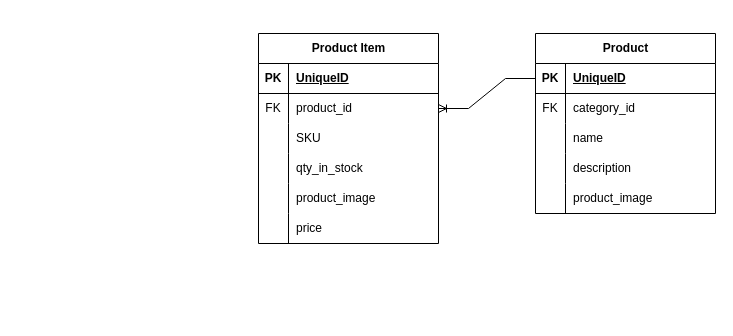
The draw.io diagram eCommerce.drawio in Mirasaki/database-erds, before the edit. Source tidied: cells renumbered, new cells numbered last; positions are measured from the earlier drawing's top-left corner, leaving out a move shared by most shapes. Both pictures are drawn from the tidied source at 100%, with x=0, y=0 at pixel (258, 33).
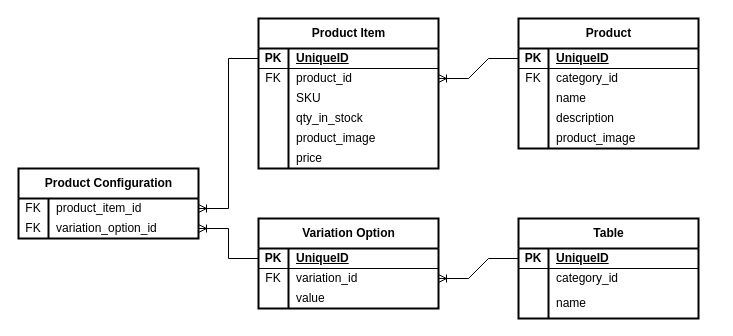
The same page after the edit.

Change to the diagram source:
```diff
@@
-    <mxCell id="2" value="Product" style="shape=table;startSize=30;childLayout=tableLayout;rowLines=0;fontStyle=1;align=center;html=1;" parent="1" vertex="1">
-      <mxGeometry x="277" width="180" height="180" as="geometry" />
+    <mxCell id="2" value="Product" style="shape=table;startSize=30;childLayout=tableLayout;rowLines=0;fontStyle=1;align=center;html=1;flipH=1;flipV=0;strokeWidth=2;" parent="1" vertex="1">
+      <mxGeometry x="260" y="-15" width="180" height="130" as="geometry" />
     </mxCell>
-    <mxCell id="3" style="shape=tableRow;horizontal=0;startSize=0;swimlaneHead=0;swimlaneBody=0;fillColor=none;points=[[0,0.5],[1,0.5]];portConstraint=eastwest;top=0;left=0;right=0;bottom=1;" parent="2" vertex="1">
-      <mxGeometry y="30" width="180" height="30" as="geometry" />
+    <mxCell id="3" style="shape=tableRow;horizontal=0;startSize=0;swimlaneHead=0;swimlaneBody=0;fillColor=none;points=[[0,0.5],[1,0.5]];portConstraint=eastwest;top=0;left=0;right=0;bottom=1;strokeColor=inherit;" parent="2" vertex="1">
+      <mxGeometry y="30" width="180" height="20" as="geometry" />
     </mxCell>
     <mxCell id="4" value="PK" style="shape=partialRectangle;fillColor=none;top=0;left=0;bottom=0;right=0;fontStyle=1;overflow=hidden;whiteSpace=wrap;html=1;" parent="3" vertex="1">
-      <mxGeometry width="30" height="30" as="geometry" />
+      <mxGeometry width="30" height="20" as="geometry" />
     </mxCell>
     <mxCell id="5" value="UniqueID" style="shape=partialRectangle;fillColor=none;top=0;left=0;bottom=0;right=0;align=left;spacingLeft=6;fontStyle=5;overflow=hidden;whiteSpace=wrap;html=1;" parent="3" vertex="1">
-      <mxGeometry x="30" width="150" height="30" as="geometry" />
+      <mxGeometry x="30" width="150" height="20" as="geometry" />
     </mxCell>
     <mxCell id="6" style="shape=tableRow;horizontal=0;startSize=0;swimlaneHead=0;swimlaneBody=0;fillColor=none;top=0;left=0;right=0;bottom=0;" parent="2" vertex="1">
-      <mxGeometry y="60" width="180" height="30" as="geometry" />
+      <mxGeometry y="50" width="180" height="20" as="geometry" />
     </mxCell>
     <mxCell id="7" value="FK" style="shape=partialRectangle;fillColor=none;top=0;left=0;bottom=0;right=0;overflow=hidden;whiteSpace=wrap;html=1;" parent="6" vertex="1">
-      <mxGeometry width="30" height="30" as="geometry" />
+      <mxGeometry width="30" height="20" as="geometry" />
     </mxCell>
     <mxCell id="8" value="category_id" style="shape=partialRectangle;fillColor=none;top=0;left=0;bottom=0;right=0;align=left;spacingLeft=6;overflow=hidden;whiteSpace=wrap;html=1;" parent="6" vertex="1">
-      <mxGeometry x="30" width="150" height="30" as="geometry" />
+      <mxGeometry x="30" width="150" height="20" as="geometry" />
     </mxCell>
     <mxCell id="9" style="shape=tableRow;horizontal=0;startSize=0;swimlaneHead=0;swimlaneBody=0;fillColor=none;top=0;left=0;right=0;bottom=0;" parent="2" vertex="1">
-      <mxGeometry y="90" width="180" height="30" as="geometry" />
+      <mxGeometry y="70" width="180" height="20" as="geometry" />
     </mxCell>
     <mxCell id="10" style="shape=partialRectangle;fillColor=none;top=0;left=0;bottom=0;right=0;overflow=hidden;whiteSpace=wrap;html=1;" parent="9" vertex="1">
-      <mxGeometry width="30" height="30" as="geometry" />
+      <mxGeometry width="30" height="20" as="geometry" />
     </mxCell>
     <mxCell id="11" value="name&lt;span style=&quot;white-space: pre;&quot;&gt;&#9;&lt;/span&gt;&lt;span style=&quot;white-space: pre;&quot;&gt;&#9;&lt;/span&gt;&lt;span style=&quot;white-space: pre;&quot;&gt;&#9;&lt;/span&gt;" style="shape=partialRectangle;fillColor=none;top=0;left=0;bottom=0;right=0;align=left;spacingLeft=6;overflow=hidden;whiteSpace=wrap;html=1;" parent="9" vertex="1">
-      <mxGeometry x="30" width="150" height="30" as="geometry" />
+      <mxGeometry x="30" width="150" height="20" as="geometry" />
     </mxCell>
     <mxCell id="12" style="shape=tableRow;horizontal=0;startSize=0;swimlaneHead=0;swimlaneBody=0;fillColor=none;top=0;left=0;right=0;bottom=0;" parent="2" vertex="1">
-      <mxGeometry y="120" width="180" height="30" as="geometry" />
+      <mxGeometry y="90" width="180" height="20" as="geometry" />
     </mxCell>
     <mxCell id="13" style="shape=partialRectangle;fillColor=none;top=0;left=0;bottom=0;right=0;overflow=hidden;whiteSpace=wrap;html=1;" parent="12" vertex="1">
-      <mxGeometry width="30" height="30" as="geometry" />
+      <mxGeometry width="30" height="20" as="geometry" />
     </mxCell>
     <mxCell id="14" value="description" style="shape=partialRectangle;fillColor=none;top=0;left=0;bottom=0;right=0;align=left;spacingLeft=6;overflow=hidden;whiteSpace=wrap;html=1;" parent="12" vertex="1">
-      <mxGeometry x="30" width="150" height="30" as="geometry" />
+      <mxGeometry x="30" width="150" height="20" as="geometry" />
     </mxCell>
     <mxCell id="15" style="shape=tableRow;horizontal=0;startSize=0;swimlaneHead=0;swimlaneBody=0;fillColor=none;top=0;left=0;right=0;bottom=0;" parent="2" vertex="1">
-      <mxGeometry y="150" width="180" height="30" as="geometry" />
+      <mxGeometry y="110" width="180" height="20" as="geometry" />
     </mxCell>
     <mxCell id="16" style="shape=partialRectangle;fillColor=none;top=0;left=0;bottom=0;right=0;overflow=hidden;whiteSpace=wrap;html=1;" parent="15" vertex="1">
-      <mxGeometry width="30" height="30" as="geometry" />
+      <mxGeometry width="30" height="20" as="geometry" />
     </mxCell>
     <mxCell id="17" value="product_image" style="shape=partialRectangle;fillColor=none;top=0;left=0;bottom=0;right=0;align=left;spacingLeft=6;overflow=hidden;whiteSpace=wrap;html=1;" parent="15" vertex="1">
-      <mxGeometry x="30" width="150" height="30" as="geometry" />
+      <mxGeometry x="30" width="150" height="20" as="geometry" />
     </mxCell>
-    <mxCell id="18" value="Product Item" style="shape=table;startSize=30;childLayout=tableLayout;rowLines=0;fontStyle=1;align=center;html=1;" parent="1" vertex="1">
-      <mxGeometry width="180" height="210" as="geometry" />
+    <mxCell id="18" value="Product Item" style="shape=table;startSize=30;childLayout=tableLayout;rowLines=0;fontStyle=1;align=center;html=1;flipH=1;flipV=0;strokeWidth=2;" parent="1" vertex="1">
+      <mxGeometry y="-15" width="180" height="150" as="geometry" />
     </mxCell>
     <mxCell id="19" style="shape=tableRow;horizontal=0;startSize=0;swimlaneHead=0;swimlaneBody=0;fillColor=none;points=[[0,0.5],[1,0.5]];portConstraint=eastwest;top=0;left=0;right=0;bottom=1;" parent="18" vertex="1">
-      <mxGeometry y="30" width="180" height="30" as="geometry" />
+      <mxGeometry y="30" width="180" height="20" as="geometry" />
     </mxCell>
     <mxCell id="20" value="PK" style="shape=partialRectangle;fillColor=none;top=0;left=0;bottom=0;right=0;fontStyle=1;overflow=hidden;whiteSpace=wrap;html=1;" parent="19" vertex="1">
-      <mxGeometry width="30" height="30" as="geometry" />
+      <mxGeometry width="30" height="20" as="geometry" />
     </mxCell>
     <mxCell id="21" value="UniqueID" style="shape=partialRectangle;fillColor=none;top=0;left=0;bottom=0;right=0;align=left;spacingLeft=6;fontStyle=5;overflow=hidden;whiteSpace=wrap;html=1;" parent="19" vertex="1">
-      <mxGeometry x="30" width="150" height="30" as="geometry" />
+      <mxGeometry x="30" width="150" height="20" as="geometry" />
     </mxCell>
     <mxCell id="22" style="shape=tableRow;horizontal=0;startSize=0;swimlaneHead=0;swimlaneBody=0;fillColor=none;points=[[0,0.5],[1,0.5]];portConstraint=eastwest;top=0;left=0;right=0;bottom=0;" parent="18" vertex="1">
-      <mxGeometry y="60" width="180" height="30" as="geometry" />
+      <mxGeometry y="50" width="180" height="20" as="geometry" />
     </mxCell>
     <mxCell id="23" value="FK" style="shape=partialRectangle;fillColor=none;top=0;left=0;bottom=0;right=0;overflow=hidden;whiteSpace=wrap;html=1;" parent="22" vertex="1">
-      <mxGeometry width="30" height="30" as="geometry" />
+      <mxGeometry width="30" height="20" as="geometry" />
     </mxCell>
     <mxCell id="24" value="product_id" style="shape=partialRectangle;fillColor=none;top=0;left=0;bottom=0;right=0;align=left;spacingLeft=6;overflow=hidden;whiteSpace=wrap;html=1;" parent="22" vertex="1">
-      <mxGeometry x="30" width="150" height="30" as="geometry" />
+      <mxGeometry x="30" width="150" height="20" as="geometry" />
     </mxCell>
     <mxCell id="25" style="shape=tableRow;horizontal=0;startSize=0;swimlaneHead=0;swimlaneBody=0;fillColor=none;top=0;left=0;right=0;bottom=0;" parent="18" vertex="1">
-      <mxGeometry y="90" width="180" height="30" as="geometry" />
+      <mxGeometry y="70" width="180" height="20" as="geometry" />
     </mxCell>
     <mxCell id="26" style="shape=partialRectangle;fillColor=none;top=0;left=0;bottom=0;right=0;overflow=hidden;whiteSpace=wrap;html=1;" parent="25" vertex="1">
-      <mxGeometry width="30" height="30" as="geometry" />
+      <mxGeometry width="30" height="20" as="geometry" />
     </mxCell>
     <mxCell id="27" value="SKU" style="shape=partialRectangle;fillColor=none;top=0;left=0;bottom=0;right=0;align=left;spacingLeft=6;overflow=hidden;whiteSpace=wrap;html=1;" parent="25" vertex="1">
-      <mxGeometry x="30" width="150" height="30" as="geometry" />
+      <mxGeometry x="30" width="150" height="20" as="geometry" />
     </mxCell>
     <mxCell id="28" style="shape=tableRow;horizontal=0;startSize=0;swimlaneHead=0;swimlaneBody=0;fillColor=none;top=0;left=0;right=0;bottom=0;" parent="18" vertex="1">
-      <mxGeometry y="120" width="180" height="30" as="geometry" />
+      <mxGeometry y="90" width="180" height="20" as="geometry" />
     </mxCell>
     <mxCell id="29" style="shape=partialRectangle;fillColor=none;top=0;left=0;bottom=0;right=0;overflow=hidden;whiteSpace=wrap;html=1;" parent="28" vertex="1">
-      <mxGeometry width="30" height="30" as="geometry" />
+      <mxGeometry width="30" height="20" as="geometry" />
     </mxCell>
     <mxCell id="30" value="qty_in_stock" style="shape=partialRectangle;fillColor=none;top=0;left=0;bottom=0;right=0;align=left;spacingLeft=6;overflow=hidden;whiteSpace=wrap;html=1;" parent="28" vertex="1">
-      <mxGeometry x="30" width="150" height="30" as="geometry" />
+      <mxGeometry x="30" width="150" height="20" as="geometry" />
     </mxCell>
     <mxCell id="31" style="shape=tableRow;horizontal=0;startSize=0;swimlaneHead=0;swimlaneBody=0;fillColor=none;top=0;left=0;right=0;bottom=0;" parent="18" vertex="1">
-      <mxGeometry y="150" width="180" height="30" as="geometry" />
+      <mxGeometry y="110" width="180" height="20" as="geometry" />
     </mxCell>
     <mxCell id="32" style="shape=partialRectangle;fillColor=none;top=0;left=0;bottom=0;right=0;overflow=hidden;whiteSpace=wrap;html=1;" parent="31" vertex="1">
-      <mxGeometry width="30" height="30" as="geometry" />
+      <mxGeometry width="30" height="20" as="geometry" />
     </mxCell>
     <mxCell id="33" value="product_image" style="shape=partialRectangle;fillColor=none;top=0;left=0;bottom=0;right=0;align=left;spacingLeft=6;overflow=hidden;whiteSpace=wrap;html=1;" parent="31" vertex="1">
-      <mxGeometry x="30" width="150" height="30" as="geometry" />
+      <mxGeometry x="30" width="150" height="20" as="geometry" />
     </mxCell>
     <mxCell id="34" style="shape=tableRow;horizontal=0;startSize=0;swimlaneHead=0;swimlaneBody=0;fillColor=none;top=0;left=0;right=0;bottom=0;" parent="18" vertex="1">
-      <mxGeometry y="180" width="180" height="30" as="geometry" />
+      <mxGeometry y="130" width="180" height="20" as="geometry" />
     </mxCell>
     <mxCell id="35" style="shape=partialRectangle;fillColor=none;top=0;left=0;bottom=0;right=0;overflow=hidden;whiteSpace=wrap;html=1;" parent="34" vertex="1">
-      <mxGeometry width="30" height="30" as="geometry" />
+      <mxGeometry width="30" height="20" as="geometry" />
     </mxCell>
     <mxCell id="36" value="price&amp;nbsp;" style="shape=partialRectangle;fillColor=none;top=0;left=0;bottom=0;right=0;align=left;spacingLeft=6;overflow=hidden;whiteSpace=wrap;html=1;" parent="34" vertex="1">
-      <mxGeometry x="30" width="150" height="30" as="geometry" />
+      <mxGeometry x="30" width="150" height="20" as="geometry" />
     </mxCell>
@@
+    <mxCell id="38" value="Product Configuration" style="shape=table;startSize=30;childLayout=tableLayout;rowLines=0;fontStyle=1;align=center;html=1;flipH=1;flipV=0;strokeWidth=2;" parent="1" vertex="1">
+      <mxGeometry x="-240" y="135" width="180" height="70" as="geometry" />
+    </mxCell>
+    <mxCell id="39" style="shape=tableRow;horizontal=0;startSize=0;swimlaneHead=0;swimlaneBody=0;fillColor=none;points=[[0,0.5],[1,0.5]];portConstraint=eastwest;top=0;left=0;right=0;bottom=0;" parent="38" vertex="1">
+      <mxGeometry y="30" width="180" height="20" as="geometry" />
+    </mxCell>
+    <mxCell id="40" value="FK" style="shape=partialRectangle;fillColor=none;top=0;left=0;bottom=0;right=0;overflow=hidden;whiteSpace=wrap;html=1;" parent="39" vertex="1">
+      <mxGeometry width="30" height="20" as="geometry" />
+    </mxCell>
+    <mxCell id="41" value="product_item_id" style="shape=partialRectangle;fillColor=none;top=0;left=0;bottom=0;right=0;align=left;spacingLeft=6;overflow=hidden;whiteSpace=wrap;html=1;" parent="39" vertex="1">
+      <mxGeometry x="30" width="150" height="20" as="geometry" />
+    </mxCell>
+    <mxCell id="42" style="shape=tableRow;horizontal=0;startSize=0;swimlaneHead=0;swimlaneBody=0;fillColor=none;points=[[0,0.5],[1,0.5]];portConstraint=eastwest;top=0;left=0;right=0;bottom=0;" parent="38" vertex="1">
+      <mxGeometry y="50" width="180" height="20" as="geometry" />
+    </mxCell>
+    <mxCell id="43" value="FK" style="shape=partialRectangle;fillColor=none;top=0;left=0;bottom=0;right=0;overflow=hidden;whiteSpace=wrap;html=1;" parent="42" vertex="1">
+      <mxGeometry width="30" height="20" as="geometry" />
+    </mxCell>
+    <mxCell id="44" value="variation_option_id" style="shape=partialRectangle;fillColor=none;top=0;left=0;bottom=0;right=0;align=left;spacingLeft=6;overflow=hidden;whiteSpace=wrap;html=1;" parent="42" vertex="1">
+      <mxGeometry x="30" width="150" height="20" as="geometry" />
+    </mxCell>
+    <mxCell id="45" style="edgeStyle=entityRelationEdgeStyle;fontSize=12;html=1;endArrow=ERoneToMany;rounded=0;exitX=0;exitY=0.5;exitDx=0;exitDy=0;entryX=1;entryY=0.5;entryDx=0;entryDy=0;" parent="1" edge="1" source="19" target="39">
+      <mxGeometry relative="1" as="geometry" />
+    </mxCell>
+    <mxCell id="46" style="edgeStyle=entityRelationEdgeStyle;fontSize=12;html=1;endArrow=ERoneToMany;rounded=0;entryX=1;entryY=0.5;entryDx=0;entryDy=0;exitX=0;exitY=0.5;exitDx=0;exitDy=0;" parent="1" edge="1" source="48" target="42">
+      <mxGeometry relative="1" as="geometry" />
+    </mxCell>
+    <mxCell id="47" value="Variation Option" style="shape=table;startSize=30;childLayout=tableLayout;rowLines=0;fontStyle=1;align=center;html=1;strokeWidth=2;" parent="1" vertex="1">
+      <mxGeometry y="185" width="180" height="90" as="geometry" />
+    </mxCell>
+    <mxCell id="48" style="shape=tableRow;horizontal=0;startSize=0;swimlaneHead=0;swimlaneBody=0;fillColor=none;points=[[0,0.5],[1,0.5]];portConstraint=eastwest;top=0;left=0;right=0;bottom=1;flipH=1;flipV=0;" parent="47" vertex="1">
+      <mxGeometry y="30" width="180" height="20" as="geometry" />
+    </mxCell>
+    <mxCell id="49" value="PK" style="shape=partialRectangle;fillColor=none;top=0;left=0;bottom=0;right=0;fontStyle=1;overflow=hidden;whiteSpace=wrap;html=1;" parent="48" vertex="1">
+      <mxGeometry width="30" height="20" as="geometry" />
+    </mxCell>
+    <mxCell id="50" value="UniqueID" style="shape=partialRectangle;fillColor=none;top=0;left=0;bottom=0;right=0;align=left;spacingLeft=6;fontStyle=5;overflow=hidden;whiteSpace=wrap;html=1;" parent="48" vertex="1">
+      <mxGeometry x="30" width="150" height="20" as="geometry" />
+    </mxCell>
+    <mxCell id="51" style="shape=tableRow;horizontal=0;startSize=0;swimlaneHead=0;swimlaneBody=0;fillColor=none;points=[[0,0.5],[1,0.5]];portConstraint=eastwest;top=0;left=0;right=0;bottom=0;flipH=1;flipV=0;" parent="47" vertex="1">
+      <mxGeometry y="50" width="180" height="20" as="geometry" />
+    </mxCell>
+    <mxCell id="52" value="FK" style="shape=partialRectangle;fillColor=none;top=0;left=0;bottom=0;right=0;overflow=hidden;whiteSpace=wrap;html=1;" parent="51" vertex="1">
+      <mxGeometry width="30" height="20" as="geometry" />
+    </mxCell>
+    <mxCell id="53" value="variation_id" style="shape=partialRectangle;fillColor=none;top=0;left=0;bottom=0;right=0;align=left;spacingLeft=6;overflow=hidden;whiteSpace=wrap;html=1;" parent="51" vertex="1">
+      <mxGeometry x="30" width="150" height="20" as="geometry" />
+    </mxCell>
+    <mxCell id="54" style="shape=tableRow;horizontal=0;startSize=0;swimlaneHead=0;swimlaneBody=0;fillColor=none;top=0;left=0;right=0;bottom=0;" parent="47" vertex="1">
+      <mxGeometry y="70" width="180" height="20" as="geometry" />
+    </mxCell>
+    <mxCell id="55" style="shape=partialRectangle;fillColor=none;top=0;left=0;bottom=0;right=0;overflow=hidden;whiteSpace=wrap;html=1;" parent="54" vertex="1">
+      <mxGeometry width="30" height="20" as="geometry" />
+    </mxCell>
+    <mxCell id="56" value="value" style="shape=partialRectangle;fillColor=none;top=0;left=0;bottom=0;right=0;align=left;spacingLeft=6;overflow=hidden;whiteSpace=wrap;html=1;" parent="54" vertex="1">
+      <mxGeometry x="30" width="150" height="20" as="geometry" />
+    </mxCell>
+    <mxCell id="57" value="Table" style="shape=table;startSize=30;childLayout=tableLayout;rowLines=0;fontStyle=1;align=center;html=1;strokeWidth=2;" parent="1" vertex="1">
+      <mxGeometry x="260" y="185" width="180" height="100" as="geometry" />
+    </mxCell>
+    <mxCell id="58" style="shape=tableRow;horizontal=0;startSize=0;swimlaneHead=0;swimlaneBody=0;fillColor=none;points=[[0,0.5],[1,0.5]];portConstraint=eastwest;top=0;left=0;right=0;bottom=1;" parent="57" vertex="1">
+      <mxGeometry y="30" width="180" height="20" as="geometry" />
+    </mxCell>
+    <mxCell id="59" value="PK" style="shape=partialRectangle;fillColor=none;top=0;left=0;bottom=0;right=0;fontStyle=1;overflow=hidden;whiteSpace=wrap;html=1;" parent="58" vertex="1">
+      <mxGeometry width="30" height="20" as="geometry" />
+    </mxCell>
+    <mxCell id="60" value="UniqueID" style="shape=partialRectangle;fillColor=none;top=0;left=0;bottom=0;right=0;align=left;spacingLeft=6;fontStyle=5;overflow=hidden;whiteSpace=wrap;html=1;" parent="58" vertex="1">
+      <mxGeometry x="30" width="150" height="20" as="geometry" />
+    </mxCell>
+    <mxCell id="61" style="shape=tableRow;horizontal=0;startSize=0;swimlaneHead=0;swimlaneBody=0;fillColor=none;top=0;left=0;right=0;bottom=0;" parent="57" vertex="1">
+      <mxGeometry y="50" width="180" height="20" as="geometry" />
+    </mxCell>
+    <mxCell id="62" style="shape=partialRectangle;fillColor=none;top=0;left=0;bottom=0;right=0;overflow=hidden;whiteSpace=wrap;html=1;" parent="61" vertex="1">
+      <mxGeometry width="30" height="20" as="geometry" />
+    </mxCell>
+    <mxCell id="63" value="category_id" style="shape=partialRectangle;fillColor=none;top=0;left=0;bottom=0;right=0;align=left;spacingLeft=6;overflow=hidden;whiteSpace=wrap;html=1;" parent="61" vertex="1">
+      <mxGeometry x="30" width="150" height="20" as="geometry" />
+    </mxCell>
+    <mxCell id="64" style="shape=tableRow;horizontal=0;startSize=0;swimlaneHead=0;swimlaneBody=0;fillColor=none;top=0;left=0;right=0;bottom=0;" parent="57" vertex="1">
+      <mxGeometry y="70" width="180" height="30" as="geometry" />
+    </mxCell>
+    <mxCell id="65" style="shape=partialRectangle;fillColor=none;top=0;left=0;bottom=0;right=0;overflow=hidden;whiteSpace=wrap;html=1;" parent="64" vertex="1">
+      <mxGeometry width="30" height="30" as="geometry" />
+    </mxCell>
+    <mxCell id="66" value="name" style="shape=partialRectangle;fillColor=none;top=0;left=0;bottom=0;right=0;align=left;spacingLeft=6;overflow=hidden;whiteSpace=wrap;html=1;" parent="64" vertex="1">
+      <mxGeometry x="30" width="150" height="30" as="geometry" />
+    </mxCell>
+    <mxCell id="67" style="edgeStyle=entityRelationEdgeStyle;fontSize=12;html=1;endArrow=ERoneToMany;rounded=0;entryX=1;entryY=0.5;entryDx=0;entryDy=0;exitX=0;exitY=0.5;exitDx=0;exitDy=0;" parent="1" edge="1" source="58" target="51">
+      <mxGeometry relative="1" as="geometry" />
+    </mxCell>
```
